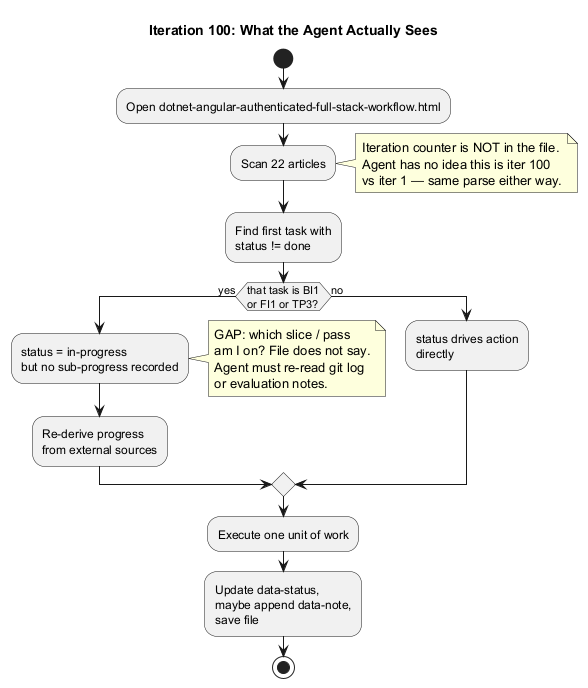
Earlier version of the PlantUML export docs/workflow-decision-trees/04-iteration-100.png (QuinntyneBrown/claude-create-app).
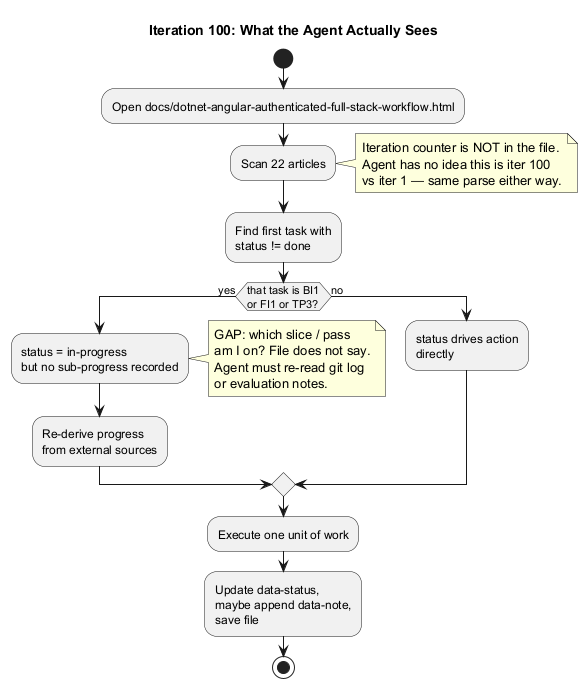
Later version of the same file.

Commit message:
docs(workflow): move workflow into ./docs/ and enforce frontend library placement

Change to the diagram source:
```diff
@@ -2,7 +2,7 @@
 title Iteration 100: What the Agent Actually Sees
 
 start
-:Open dotnet-angular-authenticated-full-stack-workflow.html;
+:Open docs/dotnet-angular-authenticated-full-stack-workflow.html;
 :Scan 22 articles;
 note right
   Iteration counter is NOT in the file.
```
